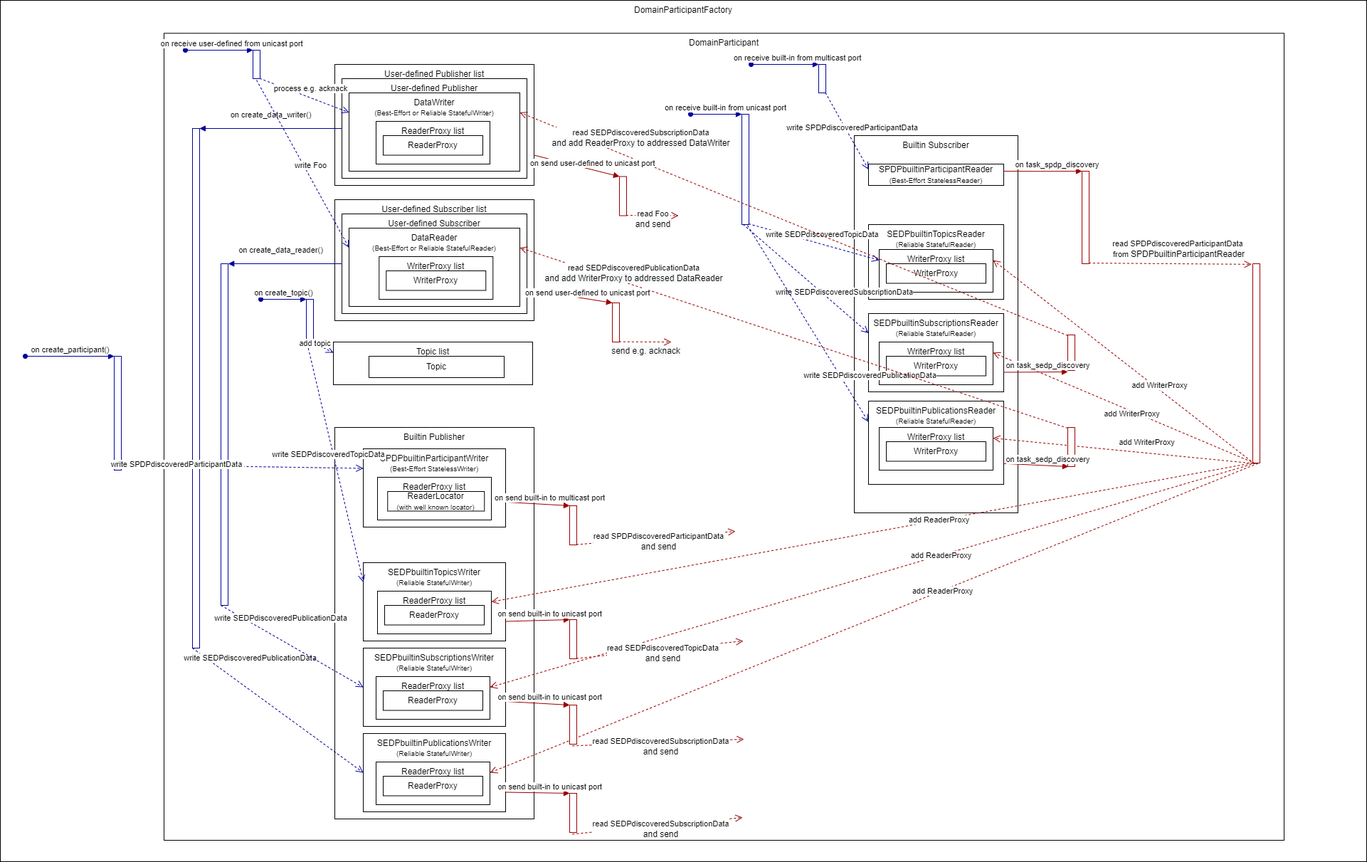
The draw.io diagram discovery.drawio.png in s2e-systems/dust-dds, before a commit. Source tidied: cells renumbered, new cells last; positions are measured from the earlier drawing's top-left corner, leaving out a move shared by most shapes.
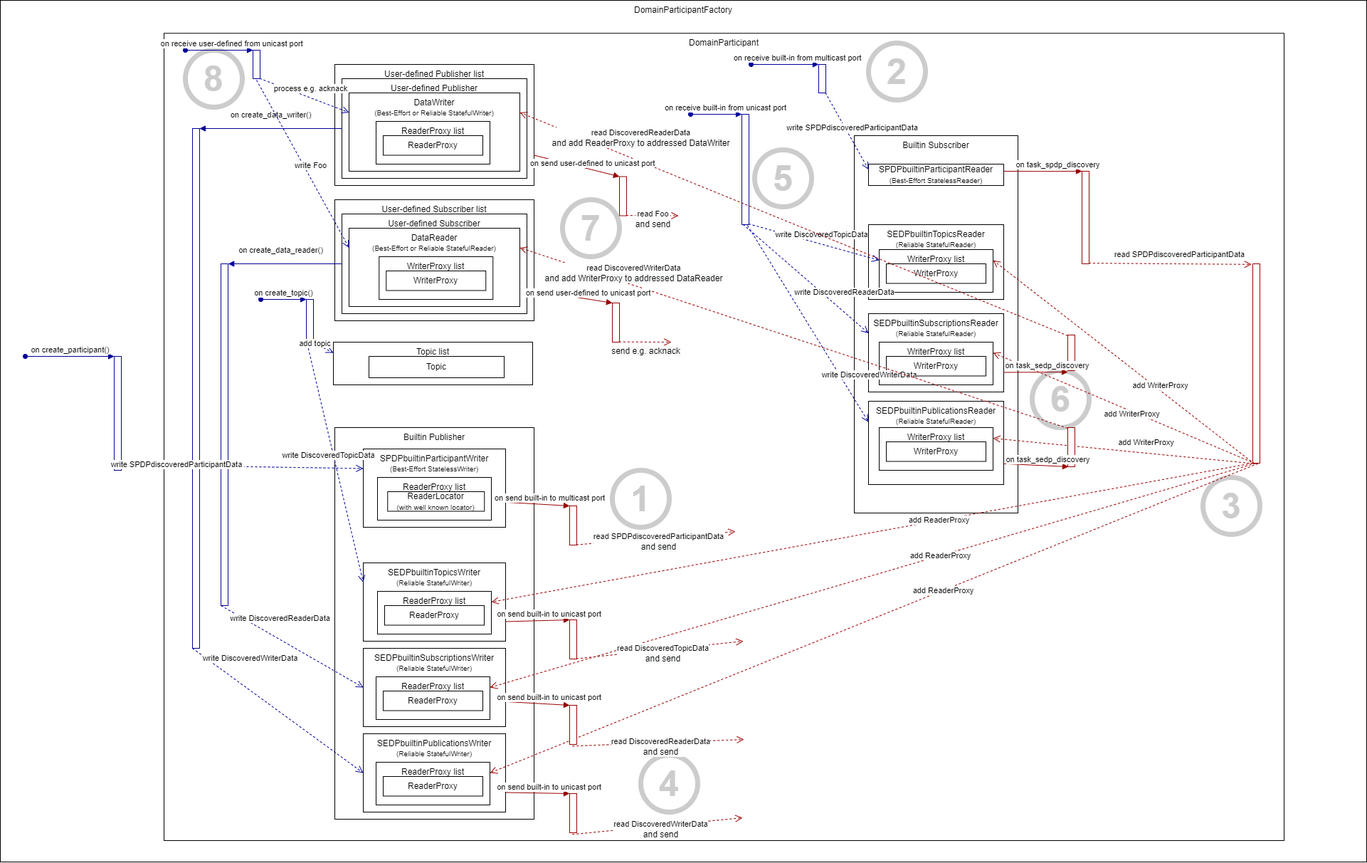
After the commit.

Commit message:
Add sequence numbers

Change to the diagram source:
```diff
@@ -117,6 +117,31 @@
     <mxCell id="40" value="WriterProxy" style="rounded=0;whiteSpace=wrap;html=1;" parent="4" vertex="1">
       <mxGeometry x="542.2" y="380" width="140" height="27.5" as="geometry" />
     </mxCell>
+    <mxCell id="103" value="sequence number" parent="0" />
+    <mxCell id="104" value="&lt;font style=&quot;font-size: 50px&quot;&gt;&lt;b&gt;1&lt;/b&gt;&lt;/font&gt;" style="ellipse;whiteSpace=wrap;html=1;fillColor=none;strokeWidth=7;strokeColor=#CCCCCC;fontColor=#CCCCCC;" parent="103" vertex="1">
+      <mxGeometry x="860" y="660" width="80" height="80" as="geometry" />
+    </mxCell>
+    <mxCell id="105" value="&lt;font style=&quot;font-size: 50px&quot;&gt;&lt;b&gt;2&lt;/b&gt;&lt;/font&gt;" style="ellipse;whiteSpace=wrap;html=1;fillColor=none;strokeWidth=7;strokeColor=#CCCCCC;fontColor=#CCCCCC;" parent="103" vertex="1">
+      <mxGeometry x="1220" y="60" width="80" height="80" as="geometry" />
+    </mxCell>
+    <mxCell id="106" value="&lt;font style=&quot;font-size: 50px&quot;&gt;&lt;b&gt;3&lt;/b&gt;&lt;/font&gt;" style="ellipse;whiteSpace=wrap;html=1;fillColor=none;strokeWidth=7;strokeColor=#CCCCCC;fontColor=#CCCCCC;" parent="103" vertex="1">
+      <mxGeometry x="1690" y="670" width="80" height="80" as="geometry" />
+    </mxCell>
+    <mxCell id="107" value="&lt;font style=&quot;font-size: 50px&quot;&gt;&lt;b&gt;4&lt;/b&gt;&lt;/font&gt;" style="ellipse;whiteSpace=wrap;html=1;fillColor=none;strokeWidth=7;strokeColor=#CCCCCC;fontColor=#CCCCCC;" parent="103" vertex="1">
+      <mxGeometry x="900" y="1060" width="80" height="80" as="geometry" />
+    </mxCell>
+    <mxCell id="108" value="&lt;font style=&quot;font-size: 50px&quot;&gt;&lt;b&gt;5&lt;/b&gt;&lt;/font&gt;" style="ellipse;whiteSpace=wrap;html=1;fillColor=none;strokeWidth=7;strokeColor=#CCCCCC;fontColor=#CCCCCC;" parent="103" vertex="1">
+      <mxGeometry x="1060" y="210" width="80" height="80" as="geometry" />
+    </mxCell>
+    <mxCell id="109" value="&lt;font style=&quot;font-size: 50px&quot;&gt;&lt;b&gt;6&lt;/b&gt;&lt;/font&gt;" style="ellipse;whiteSpace=wrap;html=1;fillColor=none;strokeWidth=7;strokeColor=#CCCCCC;fontColor=#CCCCCC;" parent="103" vertex="1">
+      <mxGeometry x="1450" y="520" width="80" height="80" as="geometry" />
+    </mxCell>
+    <mxCell id="110" value="&lt;font style=&quot;font-size: 50px&quot;&gt;&lt;b&gt;7&lt;/b&gt;&lt;/font&gt;" style="ellipse;whiteSpace=wrap;html=1;fillColor=none;strokeWidth=7;strokeColor=#CCCCCC;fontColor=#CCCCCC;" parent="103" vertex="1">
+      <mxGeometry x="790" y="280" width="80" height="80" as="geometry" />
+    </mxCell>
+    <mxCell id="111" value="&lt;font style=&quot;font-size: 50px&quot;&gt;&lt;b&gt;8&lt;/b&gt;&lt;/font&gt;" style="ellipse;whiteSpace=wrap;html=1;fillColor=none;strokeWidth=7;strokeColor=#CCCCCC;fontColor=#CCCCCC;" parent="103" vertex="1">
+      <mxGeometry x="260" y="70" width="80" height="80" as="geometry" />
+    </mxCell>
     <mxCell id="41" value="WriteActions" parent="0" />
     <mxCell id="42" style="html=1;points=[];perimeter=orthogonalPerimeter;strokeColor=#000099;" parent="41" vertex="1">
       <mxGeometry x="160" y="500" width="10" height="160" as="geometry" />
@@ -129,7 +154,7 @@
     <mxCell id="44" style="html=1;points=[];perimeter=orthogonalPerimeter;strokeColor=#000099;" parent="41" vertex="1">
       <mxGeometry x="270" y="180" width="10" height="730" as="geometry" />
     </mxCell>
-    <mxCell id="45" value="write SEDPdiscoveredPublicationData" style="html=1;verticalAlign=bottom;endArrow=open;dashed=1;endSize=8;exitX=0;exitY=1;rounded=0;entryX=0;entryY=0.5;entryDx=0;entryDy=0;exitDx=0;exitDy=0;exitPerimeter=0;strokeColor=#000099;" parent="41" edge="1" source="44" target="14">
+    <mxCell id="45" value="write DiscoveredWriterData" style="html=1;verticalAlign=bottom;endArrow=open;dashed=1;endSize=8;exitX=0;exitY=1;rounded=0;entryX=0;entryY=0.5;entryDx=0;entryDy=0;exitDx=0;exitDy=0;exitPerimeter=0;strokeColor=#000099;" parent="41" edge="1" source="44" target="14">
       <mxGeometry x="-0.47" y="29" relative="1" as="geometry" />
     </mxCell>
     <mxCell id="46" style="html=1;points=[];perimeter=orthogonalPerimeter;strokeColor=#000099;" parent="41" vertex="1">
@@ -143,7 +168,7 @@
     <mxCell id="48" value="on create_data_writer()" style="html=1;verticalAlign=bottom;endArrow=block;rounded=0;exitX=0;exitY=0.5;exitDx=0;exitDy=0;strokeColor=#000099;entryX=0.991;entryY=0;entryDx=0;entryDy=0;entryPerimeter=0;" parent="41" edge="1" source="18" target="44">
       <mxGeometry y="-10" relative="1" as="geometry" />
     </mxCell>
-    <mxCell id="49" value="write SEDPdiscoveredTopicData" style="html=1;verticalAlign=bottom;endArrow=open;dashed=1;endSize=8;exitX=0;exitY=0.95;rounded=0;entryX=0;entryY=0.25;entryDx=0;entryDy=0;strokeColor=#000099;" parent="41" edge="1" source="46" target="12">
+    <mxCell id="49" value="write DiscoveredTopicData" style="html=1;verticalAlign=bottom;endArrow=open;dashed=1;endSize=8;exitX=0;exitY=0.95;rounded=0;entryX=0;entryY=0.25;entryDx=0;entryDy=0;strokeColor=#000099;" parent="41" edge="1" source="46" target="12">
       <mxGeometry x="-0.01" y="-9" relative="1" as="geometry" />
     </mxCell>
     <mxCell id="50" value="add&amp;nbsp;topic" style="html=1;verticalAlign=bottom;endArrow=open;dashed=1;endSize=8;rounded=0;entryX=0;entryY=0.25;entryDx=0;entryDy=0;exitX=0.8;exitY=1;exitDx=0;exitDy=0;exitPerimeter=0;strokeColor=#000099;" parent="41" edge="1" source="46" target="15">
@@ -152,7 +177,7 @@
     <mxCell id="51" style="html=1;points=[];perimeter=orthogonalPerimeter;strokeColor=#000099;" parent="41" vertex="1">
       <mxGeometry x="310" y="370" width="10" height="480" as="geometry" />
     </mxCell>
-    <mxCell id="52" value="write SEDPdiscoveredPublicationData" style="html=1;verticalAlign=bottom;endArrow=open;dashed=1;endSize=8;exitX=0;exitY=1;rounded=0;entryX=0;entryY=0.5;entryDx=0;entryDy=0;exitDx=0;exitDy=0;exitPerimeter=0;strokeColor=#000099;" parent="41" edge="1" source="51" target="10">
+    <mxCell id="52" value="write DiscoveredReaderData" style="html=1;verticalAlign=bottom;endArrow=open;dashed=1;endSize=8;exitX=0;exitY=1;rounded=0;entryX=0;entryY=0.5;entryDx=0;entryDy=0;exitDx=0;exitDy=0;exitPerimeter=0;strokeColor=#000099;" parent="41" edge="1" source="51" target="10">
       <mxGeometry x="-0.25" y="18" relative="1" as="geometry" />
     </mxCell>
     <mxCell id="53" value="on create_data_reader()" style="html=1;verticalAlign=bottom;endArrow=block;entryX=1.022;entryY=0;rounded=0;exitX=0;exitY=0.5;exitDx=0;exitDy=0;strokeColor=#000099;entryDx=0;entryDy=0;entryPerimeter=0;" parent="41" edge="1" source="21" target="51">
@@ -179,13 +204,13 @@
         <mxPoint x="-1" as="offset" />
       </mxGeometry>
     </mxCell>
-    <mxCell id="59" value="write SEDPdiscoveredTopicData" style="html=1;verticalAlign=bottom;endArrow=open;dashed=1;endSize=8;exitX=0.939;exitY=0.993;rounded=0;exitDx=0;exitDy=0;exitPerimeter=0;entryX=0;entryY=0.25;entryDx=0;entryDy=0;strokeColor=#000099;" parent="41" edge="1" source="57" target="31">
+    <mxCell id="59" value="write DiscoveredTopicData" style="html=1;verticalAlign=bottom;endArrow=open;dashed=1;endSize=8;exitX=0.939;exitY=0.993;rounded=0;exitDx=0;exitDy=0;exitPerimeter=0;entryX=0;entryY=0.25;entryDx=0;entryDy=0;strokeColor=#000099;" parent="41" edge="1" source="57" target="31">
       <mxGeometry x="0.11" y="4" relative="1" as="geometry" />
     </mxCell>
-    <mxCell id="60" value="write SEDPdiscoveredSubscriptionData" style="html=1;verticalAlign=bottom;endArrow=open;dashed=1;endSize=8;exitX=0.172;exitY=0.998;rounded=0;exitDx=0;exitDy=0;exitPerimeter=0;entryX=0;entryY=0.25;entryDx=0;entryDy=0;strokeColor=#000099;" parent="41" edge="1" source="57" target="9">
+    <mxCell id="60" value="write DiscoveredReaderData" style="html=1;verticalAlign=bottom;endArrow=open;dashed=1;endSize=8;exitX=0.172;exitY=0.998;rounded=0;exitDx=0;exitDy=0;exitPerimeter=0;entryX=0;entryY=0.25;entryDx=0;entryDy=0;strokeColor=#000099;" parent="41" edge="1" source="57" target="9">
       <mxGeometry x="0.51" y="14" relative="1" as="geometry" />
     </mxCell>
-    <mxCell id="61" value="write SEDPdiscoveredPublicationData" style="html=1;verticalAlign=bottom;endArrow=open;dashed=1;endSize=8;exitX=0.793;exitY=1.007;rounded=0;exitDx=0;exitDy=0;exitPerimeter=0;entryX=0;entryY=0.25;entryDx=0;entryDy=0;strokeColor=#000099;" parent="41" edge="1" source="57" target="13">
+    <mxCell id="61" value="write DiscoveredWriterData" style="html=1;verticalAlign=bottom;endArrow=open;dashed=1;endSize=8;exitX=0.793;exitY=1.007;rounded=0;exitDx=0;exitDy=0;exitPerimeter=0;entryX=0;entryY=0.25;entryDx=0;entryDy=0;strokeColor=#000099;" parent="41" edge="1" source="57" target="13">
       <mxGeometry x="0.71" y="31" relative="1" as="geometry" />
     </mxCell>
     <mxCell id="62" value="write SPDPdiscoveredParticipantData&amp;nbsp;" style="html=1;verticalAlign=bottom;endArrow=open;dashed=1;endSize=8;exitX=0;exitY=0.95;rounded=0;strokeColor=#000099;entryX=0;entryY=0.25;entryDx=0;entryDy=0;" parent="41" edge="1" source="42" target="8">
@@ -225,7 +250,7 @@
         <mxPoint x="-1" as="offset" />
       </mxGeometry>
     </mxCell>
-    <mxCell id="73" value="&lt;span&gt;read SPDPdiscoveredParticipantData &lt;br&gt;from&amp;nbsp;&lt;/span&gt;&lt;span style=&quot;background-color: rgb(248 , 249 , 250) ; font-size: 12px&quot;&gt;SPDPbuiltinParticipantReader&lt;/span&gt;" style="html=1;verticalAlign=bottom;endArrow=open;dashed=1;endSize=8;exitX=0.939;exitY=0.993;rounded=0;exitDx=0;exitDy=0;exitPerimeter=0;entryX=-0.176;entryY=0.003;entryDx=0;entryDy=0;entryPerimeter=0;strokeColor=#990000;" parent="63" edge="1" source="71" target="64">
+    <mxCell id="73" value="&lt;span&gt;read SPDPdiscoveredParticipantData&lt;br&gt;&lt;/span&gt;" style="html=1;verticalAlign=bottom;endArrow=open;dashed=1;endSize=8;exitX=0.939;exitY=0.993;rounded=0;exitDx=0;exitDy=0;exitPerimeter=0;entryX=-0.176;entryY=0.003;entryDx=0;entryDy=0;entryPerimeter=0;strokeColor=#990000;" parent="63" edge="1" source="71" target="64">
       <mxGeometry x="0.11" y="4" relative="1" as="geometry" />
     </mxCell>
     <mxCell id="74" style="html=1;points=[];perimeter=orthogonalPerimeter;strokeColor=#990000;" parent="63" vertex="1">
@@ -236,7 +261,7 @@
         <mxPoint x="-1" as="offset" />
       </mxGeometry>
     </mxCell>
-    <mxCell id="76" value="&lt;span&gt;read SEDPdiscoveredPublicationData&lt;/span&gt;&lt;span style=&quot;background-color: rgb(248 , 249 , 250) ; font-size: 12px&quot;&gt;&lt;br&gt;and add WriterProxy to addressed DataReader&lt;br&gt;&lt;/span&gt;" style="html=1;verticalAlign=bottom;endArrow=open;dashed=1;endSize=8;exitX=0;exitY=0.018;rounded=0;exitDx=0;exitDy=0;exitPerimeter=0;entryX=1;entryY=0.25;entryDx=0;entryDy=0;strokeColor=#990000;" parent="63" edge="1" source="74" target="22">
+    <mxCell id="76" value="&lt;span&gt;read DiscoveredWriterData&lt;/span&gt;&lt;span style=&quot;background-color: rgb(248 , 249 , 250) ; font-size: 12px&quot;&gt;&lt;br&gt;and add WriterProxy to addressed DataReader&lt;br&gt;&lt;/span&gt;" style="html=1;verticalAlign=bottom;endArrow=open;dashed=1;endSize=8;exitX=0;exitY=0.018;rounded=0;exitDx=0;exitDy=0;exitPerimeter=0;entryX=1;entryY=0.25;entryDx=0;entryDy=0;strokeColor=#990000;" parent="63" edge="1" source="74" target="22">
       <mxGeometry x="0.58" relative="1" as="geometry" />
     </mxCell>
     <mxCell id="77" style="html=1;points=[];perimeter=orthogonalPerimeter;strokeColor=#990000;" parent="63" vertex="1">
@@ -260,7 +285,7 @@
         <mxPoint x="-1" as="offset" />
       </mxGeometry>
     </mxCell>
-    <mxCell id="82" value="&lt;span&gt;read SEDPdiscoveredTopicData&lt;/span&gt;&lt;span style=&quot;background-color: rgb(248 , 249 , 250) ; font-size: 12px&quot;&gt;&lt;br&gt;and send&lt;br&gt;&lt;/span&gt;" style="html=1;verticalAlign=bottom;endArrow=open;dashed=1;endSize=8;exitX=0.939;exitY=0.993;rounded=0;exitDx=0;exitDy=0;exitPerimeter=0;strokeColor=#990000;" parent="63" edge="1" source="80">
+    <mxCell id="82" value="&lt;span&gt;read DiscoveredTopicData&lt;/span&gt;&lt;span style=&quot;background-color: rgb(248 , 249 , 250) ; font-size: 12px&quot;&gt;&lt;br&gt;and send&lt;br&gt;&lt;/span&gt;" style="html=1;verticalAlign=bottom;endArrow=open;dashed=1;endSize=8;exitX=0.939;exitY=0.993;rounded=0;exitDx=0;exitDy=0;exitPerimeter=0;strokeColor=#990000;" parent="63" edge="1" source="80">
       <mxGeometry x="0.02" y="-22" relative="1" as="geometry">
         <mxPoint x="1044" y="900" as="targetPoint" />
       </mxGeometry>
@@ -273,7 +298,7 @@
         <mxPoint x="-1" as="offset" />
       </mxGeometry>
     </mxCell>
-    <mxCell id="85" value="&lt;span&gt;read SEDPdiscoveredSubscriptionData&lt;/span&gt;&lt;span style=&quot;background-color: rgb(248 , 249 , 250) ; font-size: 12px&quot;&gt;&lt;br&gt;and send&lt;br&gt;&lt;/span&gt;" style="html=1;verticalAlign=bottom;endArrow=open;dashed=1;endSize=8;exitX=0.388;exitY=1.042;rounded=0;exitDx=0;exitDy=0;exitPerimeter=0;strokeColor=#990000;" parent="63" edge="1" source="83">
+    <mxCell id="85" value="&lt;span&gt;read DiscoveredReaderData&lt;/span&gt;&lt;span style=&quot;background-color: rgb(248 , 249 , 250) ; font-size: 12px&quot;&gt;&lt;br&gt;and send&lt;br&gt;&lt;/span&gt;" style="html=1;verticalAlign=bottom;endArrow=open;dashed=1;endSize=8;exitX=0.388;exitY=1.042;rounded=0;exitDx=0;exitDy=0;exitPerimeter=0;strokeColor=#990000;" parent="63" edge="1" source="83">
       <mxGeometry x="0.02" y="-22" relative="1" as="geometry">
         <mxPoint x="1045" y="1038" as="targetPoint" />
       </mxGeometry>
@@ -286,7 +311,7 @@
         <mxPoint x="-1" as="offset" />
       </mxGeometry>
     </mxCell>
-    <mxCell id="88" value="&lt;span&gt;read SEDPdiscoveredSubscriptionData&lt;/span&gt;&lt;span style=&quot;background-color: rgb(248 , 249 , 250) ; font-size: 12px&quot;&gt;&lt;br&gt;and send&lt;br&gt;&lt;/span&gt;" style="html=1;verticalAlign=bottom;endArrow=open;dashed=1;endSize=8;exitX=0.388;exitY=1.042;rounded=0;exitDx=0;exitDy=0;exitPerimeter=0;strokeColor=#990000;" parent="63" edge="1" source="86">
+    <mxCell id="88" value="&lt;span&gt;read DiscoveredWriterData&lt;/span&gt;&lt;span style=&quot;background-color: rgb(248 , 249 , 250) ; font-size: 12px&quot;&gt;&lt;br&gt;and send&lt;br&gt;&lt;/span&gt;" style="html=1;verticalAlign=bottom;endArrow=open;dashed=1;endSize=8;exitX=0.388;exitY=1.042;rounded=0;exitDx=0;exitDy=0;exitPerimeter=0;strokeColor=#990000;" parent="63" edge="1" source="86">
       <mxGeometry x="0.02" y="-22" relative="1" as="geometry">
         <mxPoint x="1043" y="1148" as="targetPoint" />
       </mxGeometry>
@@ -299,7 +324,7 @@
         <mxPoint x="-1" as="offset" />
       </mxGeometry>
     </mxCell>
-    <mxCell id="91" value="&lt;span&gt;read SEDPdiscoveredSubscriptionData&lt;/span&gt;&lt;span style=&quot;background-color: rgb(248 , 249 , 250) ; font-size: 12px&quot;&gt;&lt;br&gt;and add ReaderProxy to addressed DataWriter&lt;br&gt;&lt;/span&gt;" style="html=1;verticalAlign=bottom;endArrow=open;dashed=1;endSize=8;exitX=0;exitY=0.02;rounded=0;exitDx=0;exitDy=0;exitPerimeter=0;entryX=1;entryY=0.25;entryDx=0;entryDy=0;strokeColor=#990000;" parent="63" edge="1" source="89" target="19">
+    <mxCell id="91" value="&lt;span&gt;read DiscoveredReaderData&lt;/span&gt;&lt;span style=&quot;background-color: rgb(248 , 249 , 250) ; font-size: 12px&quot;&gt;&lt;br&gt;and add ReaderProxy to addressed DataWriter&lt;br&gt;&lt;/span&gt;" style="html=1;verticalAlign=bottom;endArrow=open;dashed=1;endSize=8;exitX=0;exitY=0.02;rounded=0;exitDx=0;exitDy=0;exitPerimeter=0;entryX=1;entryY=0.25;entryDx=0;entryDy=0;strokeColor=#990000;" parent="63" edge="1" source="89" target="19">
       <mxGeometry x="0.57" y="-15" relative="1" as="geometry" />
     </mxCell>
     <mxCell id="92" value="User-defined Communication" parent="0" />
```
